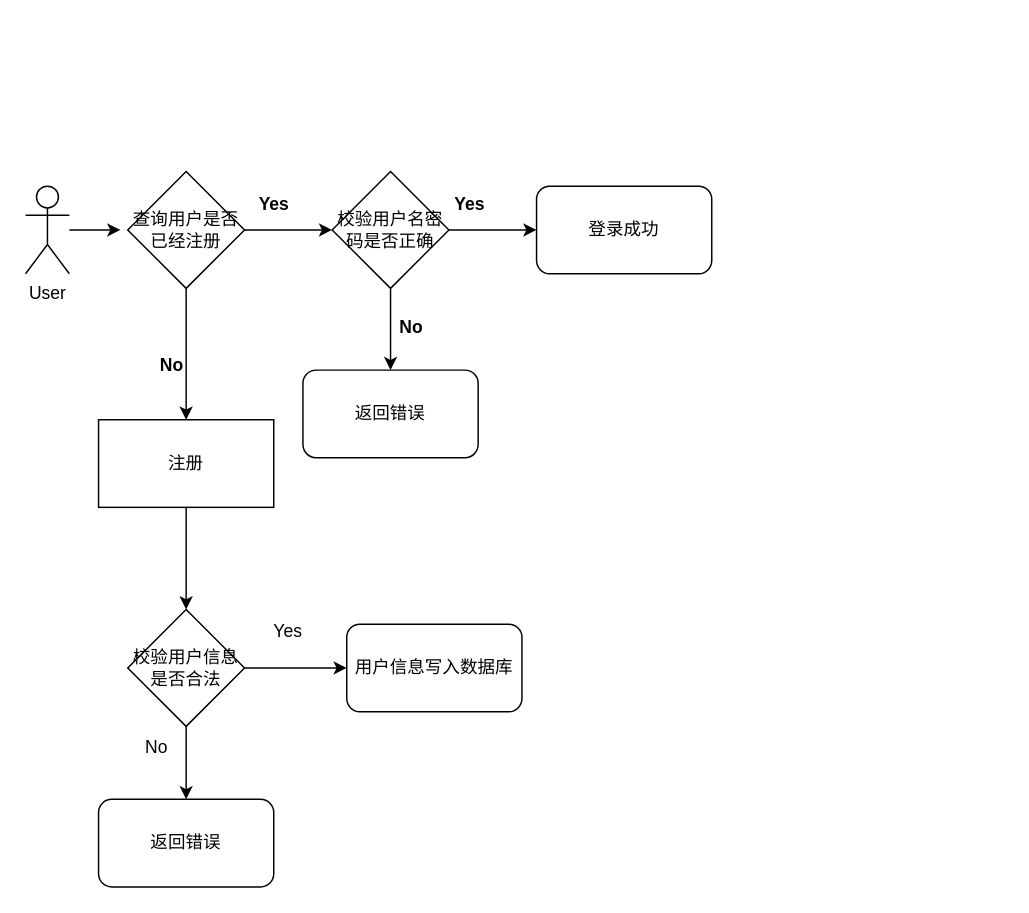
HelloYLee/SystemDesign keeps this draw.io diagram as MedLoginModule.drawio. Above is the earlier version. Source tidied: cells renumbered, new cells numbered last; positions are measured from the earlier drawing's top-left corner, leaving out a move shared by most shapes. Both pictures are drawn from the tidied source at 146%, with x=0, y=0 at pixel (25, 171).
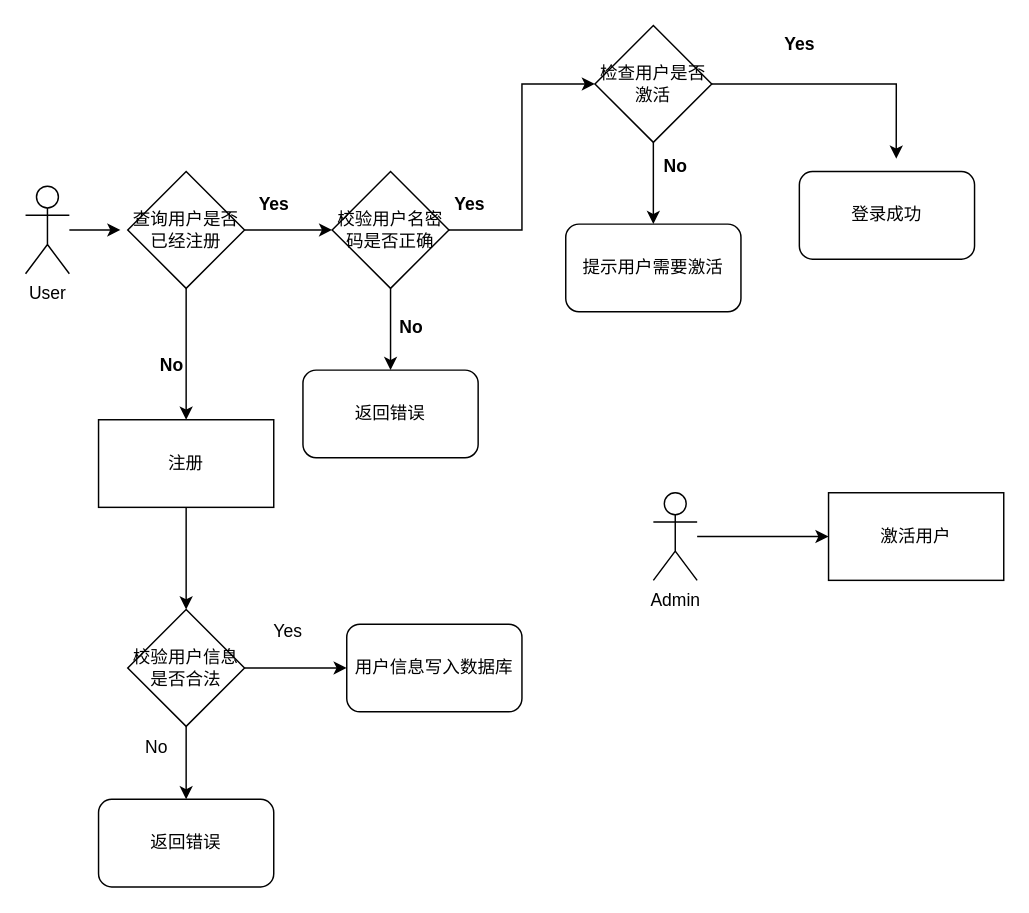
The same page after the edit.

Unchanged cells that the change refers to:
```xml
<mxCell id="20" value="校验用户名密码是否正确" style="rhombus;whiteSpace=wrap;html=1;" parent="1" vertex="1">
  <mxGeometry x="210" width="80" height="80" as="geometry" />
</mxCell>
```

Change to the diagram source:
```diff
@@
-    <mxCell id="18" style="edgeStyle=orthogonalEdgeStyle;rounded=0;jettySize=auto;html=1;exitX=1;exitY=0.5;exitDx=0;exitDy=0;entryX=0;entryY=0.5;entryDx=0;entryDy=0;" parent="1" edge="1" source="20" target="21">
+    <mxCell id="18" style="edgeStyle=orthogonalEdgeStyle;rounded=0;jettySize=auto;html=1;exitX=1;exitY=0.5;exitDx=0;exitDy=0;entryX=0;entryY=0.5;entryDx=0;entryDy=0;" parent="1" edge="1" source="20" target="27">
       <mxGeometry relative="1" as="geometry" />
     </mxCell>
@@
     <mxCell id="21" value="登录成功" style="rounded=1;whiteSpace=wrap;html=1;" parent="1" vertex="1">
-      <mxGeometry x="350" y="10" width="120" height="60" as="geometry" />
+      <mxGeometry x="530" width="120" height="60" as="geometry" />
     </mxCell>
@@
+    <mxCell id="25" style="edgeStyle=orthogonalEdgeStyle;rounded=0;jettySize=auto;html=1;exitX=1;exitY=0.5;exitDx=0;exitDy=0;entryX=0.553;entryY=-0.147;entryDx=0;entryDy=0;entryPerimeter=0;" parent="1" edge="1" source="27" target="21">
+      <mxGeometry relative="1" as="geometry" />
+    </mxCell>
+    <mxCell id="26" style="edgeStyle=orthogonalEdgeStyle;rounded=0;jettySize=auto;html=1;exitX=0.5;exitY=1;exitDx=0;exitDy=0;entryX=0.5;entryY=0;entryDx=0;entryDy=0;" parent="1" edge="1" source="27" target="32">
+      <mxGeometry relative="1" as="geometry" />
+    </mxCell>
+    <mxCell id="27" value="检查用户是否激活" style="rhombus;whiteSpace=wrap;html=1;" parent="1" vertex="1">
+      <mxGeometry x="390" y="-100" width="80" height="80" as="geometry" />
+    </mxCell>
+    <mxCell id="28" style="edgeStyle=orthogonalEdgeStyle;rounded=0;jettySize=auto;html=1;" parent="1" edge="1" source="29" target="30">
+      <mxGeometry relative="1" as="geometry" />
+    </mxCell>
+    <mxCell id="29" value="Admin" style="shape=umlActor;verticalLabelPosition=bottom;verticalAlign=top;html=1;outlineConnect=0;" parent="1" vertex="1">
+      <mxGeometry x="430" y="220" width="30" height="60" as="geometry" />
+    </mxCell>
+    <mxCell id="30" value="激活用户" style="rounded=0;whiteSpace=wrap;html=1;" parent="1" vertex="1">
+      <mxGeometry x="550" y="220" width="120" height="60" as="geometry" />
+    </mxCell>
+    <mxCell id="31" value="Yes" style="text;align=center;fontStyle=1;verticalAlign=middle;spacingLeft=3;spacingRight=3;strokeColor=none;html=1;" parent="1" vertex="1">
+      <mxGeometry x="490" y="-100" width="80" height="26" as="geometry" />
+    </mxCell>
+    <mxCell id="32" value="提示用户需要激活" style="rounded=1;whiteSpace=wrap;html=1;" parent="1" vertex="1">
+      <mxGeometry x="370" y="36" width="120" height="60" as="geometry" />
+    </mxCell>
+    <mxCell id="33" value="No" style="text;align=center;fontStyle=1;verticalAlign=middle;spacingLeft=3;spacingRight=3;strokeColor=none;html=1;" parent="1" vertex="1">
+      <mxGeometry x="405" y="-16" width="80" height="26" as="geometry" />
+    </mxCell>
```
